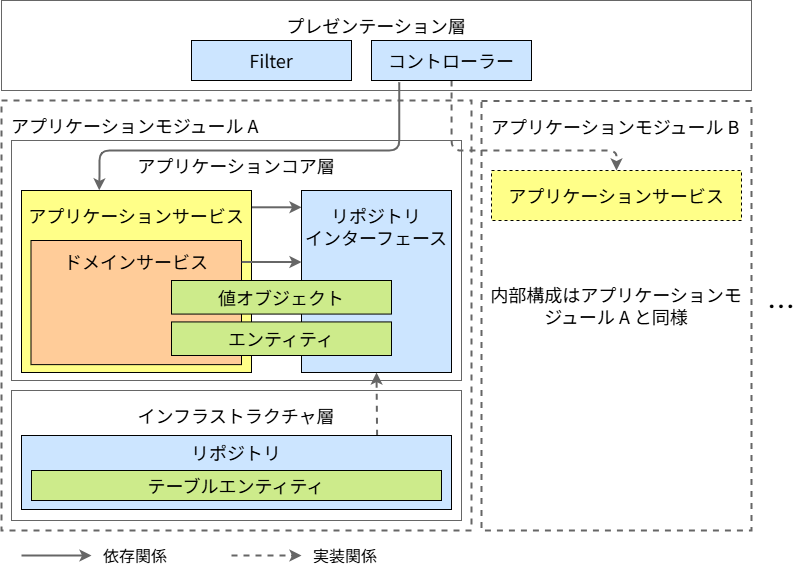
Above: documents/contents/images/app-architecture/client-side-rendering/csr-architecture-light.png in AlesInfiny/maia (draw.io), before the change. Source tidied: cells renumbered, new cells last; positions are measured from the earlier drawing's top-left corner, leaving out a move shared by most shapes.
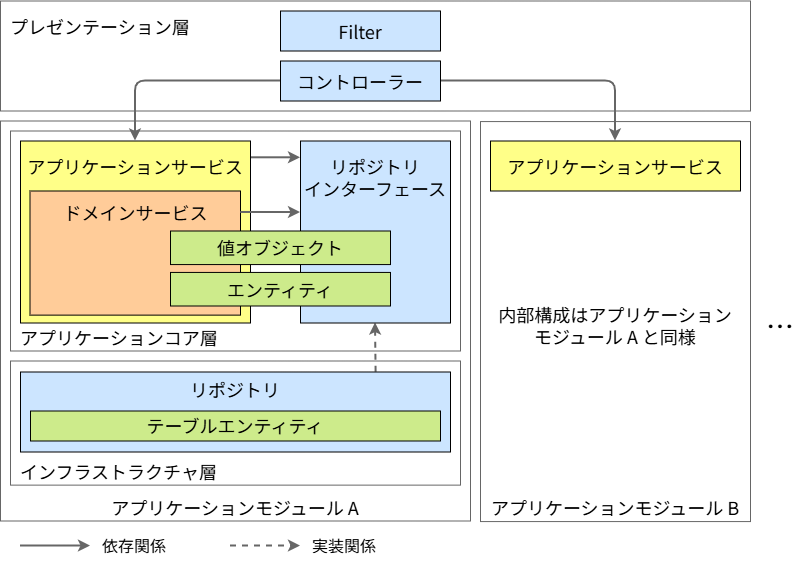
Above is the later version.

Diff of the diagram source:
```diff
@@ -2,103 +2,100 @@
   <root>
     <mxCell id="0" />
     <mxCell id="1" parent="0" />
-    <mxCell id="2" value="&lt;font color=&quot;#000000&quot;&gt;アプリケーションモジュール A&lt;br&gt;&lt;/font&gt;" style="rounded=0;whiteSpace=wrap;html=1;fontFamily=Noto Sans JP;fontSize=18;strokeWidth=2;dashed=1;fontSource=https%3A%2F%2Ffonts.googleapis.com%2Fcss%3Ffamily%3DNoto%2BSans%2BJP;fillColor=none;strokeColor=#666666;spacingTop=8;spacingLeft=8;verticalAlign=top;align=left;" parent="1" vertex="1">
-      <mxGeometry y="100" width="470" height="430" as="geometry" />
+    <mxCell id="2" value="&lt;font color=&quot;#000000&quot;&gt;アプリケーションモジュール A&lt;br&gt;&lt;/font&gt;" style="rounded=0;whiteSpace=wrap;html=1;fontFamily=Noto Sans JP;fontSize=18;strokeWidth=1;fontSource=https%3A%2F%2Ffonts.googleapis.com%2Fcss%3Ffamily%3DNoto%2BSans%2BJP;fillColor=none;strokeColor=#666666;spacingTop=8;spacingLeft=0;verticalAlign=bottom;align=center;" parent="1" vertex="1">
+      <mxGeometry y="100" width="470" height="400" as="geometry" />
     </mxCell>
-    <mxCell id="3" value="&lt;font color=&quot;#000000&quot;&gt;アプリケーションモジュール B&lt;br&gt;&lt;/font&gt;" style="rounded=0;whiteSpace=wrap;html=1;fontFamily=Noto Sans JP;fontSize=18;strokeWidth=2;dashed=1;fontSource=https%3A%2F%2Ffonts.googleapis.com%2Fcss%3Ffamily%3DNoto%2BSans%2BJP;fillColor=none;strokeColor=#666666;spacingTop=8;spacingLeft=8;verticalAlign=top;align=left;" parent="1" vertex="1">
-      <mxGeometry x="480" y="100.6" width="270" height="429.4" as="geometry" />
+    <mxCell id="3" value="&lt;font color=&quot;#000000&quot;&gt;アプリケーションモジュール B&lt;br&gt;&lt;/font&gt;" style="rounded=0;whiteSpace=wrap;html=1;fontFamily=Noto Sans JP;fontSize=18;strokeWidth=1;fontSource=https%3A%2F%2Ffonts.googleapis.com%2Fcss%3Ffamily%3DNoto%2BSans%2BJP;fillColor=none;strokeColor=#666666;spacingTop=8;spacingLeft=0;verticalAlign=bottom;align=center;" parent="1" vertex="1">
+      <mxGeometry x="480" y="100.6" width="270" height="400" as="geometry" />
     </mxCell>
-    <mxCell id="4" value="&lt;font color=&quot;#000000&quot;&gt;内部構成はアプリケーションモジュール A と同様&lt;/font&gt;" style="text;html=1;strokeColor=none;fillColor=none;align=center;verticalAlign=middle;whiteSpace=wrap;rounded=0;fontFamily=Noto Sans JP;fontSize=18;fontColor=#000000;" parent="1" vertex="1">
+    <mxCell id="4" value="&lt;font color=&quot;#000000&quot;&gt;内部構成はアプリケーション&lt;/font&gt;&lt;div&gt;&lt;font color=&quot;#000000&quot;&gt;モジュール A と同様&lt;/font&gt;&lt;/div&gt;" style="text;html=1;strokeColor=none;fillColor=none;align=center;verticalAlign=middle;whiteSpace=wrap;rounded=0;fontFamily=Noto Sans JP;fontSize=18;fontColor=#000000;" parent="1" vertex="1">
       <mxGeometry x="485" y="265" width="260" height="80" as="geometry" />
     </mxCell>
     <mxCell id="5" value="…" style="text;html=1;strokeColor=none;fillColor=none;align=center;verticalAlign=middle;whiteSpace=wrap;rounded=0;fontFamily=Noto Sans JP;fontSize=28;fontColor=#000000;" parent="1" vertex="1">
       <mxGeometry x="760" y="275" width="40" height="60" as="geometry" />
     </mxCell>
-    <mxCell id="6" value="&lt;font color=&quot;#000000&quot;&gt;アプリケーションコア層&lt;br&gt;&lt;/font&gt;" style="rounded=0;whiteSpace=wrap;html=1;fontFamily=Noto Sans JP;fontSize=18;strokeWidth=1;fontSource=https%3A%2F%2Ffonts.googleapis.com%2Fcss%3Ffamily%3DNoto%2BSans%2BJP;fillColor=none;strokeColor=#666666;spacingTop=8;verticalAlign=top;" parent="1" vertex="1">
-      <mxGeometry x="10" y="140" width="450" height="240" as="geometry" />
+    <mxCell id="6" value="&lt;font color=&quot;#000000&quot;&gt;アプリケーションコア層&lt;br&gt;&lt;/font&gt;" style="rounded=0;whiteSpace=wrap;html=1;fontFamily=Noto Sans JP;fontSize=18;strokeWidth=1;fontSource=https%3A%2F%2Ffonts.googleapis.com%2Fcss%3Ffamily%3DNoto%2BSans%2BJP;fillColor=none;strokeColor=#666666;spacingTop=8;verticalAlign=bottom;align=left;spacingLeft=8;" parent="1" vertex="1">
+      <mxGeometry x="10" y="110" width="450" height="220" as="geometry" />
     </mxCell>
     <mxCell id="7" style="edgeStyle=none;html=1;strokeColor=#666666;strokeWidth=2;" parent="1" edge="1">
       <mxGeometry relative="1" as="geometry">
-        <mxPoint x="250" y="206.8" as="sourcePoint" />
-        <mxPoint x="300" y="206.8" as="targetPoint" />
+        <mxPoint x="250" y="136.8" as="sourcePoint" />
+        <mxPoint x="300" y="136.8" as="targetPoint" />
       </mxGeometry>
     </mxCell>
     <mxCell id="8" value="&lt;div&gt;&lt;font color=&quot;#000000&quot;&gt;アプリケーションサービス&lt;/font&gt;&lt;/div&gt;" style="rounded=0;whiteSpace=wrap;html=1;fontFamily=Noto Sans JP;fontSize=18;fillColor=#ffff88;strokeColor=default;strokeWidth=1;spacingLeft=0;fontSource=https%3A%2F%2Ffonts.googleapis.com%2Fcss%3Ffamily%3DNoto%2BSans%2BJP;align=center;verticalAlign=top;spacingTop=8;" parent="1" vertex="1">
-      <mxGeometry x="20" y="190" width="230" height="182" as="geometry" />
+      <mxGeometry x="20" y="120" width="230" height="182" as="geometry" />
     </mxCell>
-    <mxCell id="9" value="&lt;font color=&quot;#000000&quot;&gt;インフラストラクチャ層&lt;br&gt;&lt;/font&gt;" style="rounded=0;whiteSpace=wrap;html=1;fontFamily=Noto Sans JP;fontSize=18;strokeWidth=1;fontSource=https%3A%2F%2Ffonts.googleapis.com%2Fcss%3Ffamily%3DNoto%2BSans%2BJP;fillColor=none;strokeColor=#666666;spacingTop=8;verticalAlign=top;" parent="1" vertex="1">
-      <mxGeometry x="10" y="390" width="450" height="130" as="geometry" />
+    <mxCell id="9" value="&lt;font color=&quot;#000000&quot;&gt;インフラストラクチャ層&lt;br&gt;&lt;/font&gt;" style="rounded=0;whiteSpace=wrap;html=1;fontFamily=Noto Sans JP;fontSize=18;strokeWidth=1;fontSource=https%3A%2F%2Ffonts.googleapis.com%2Fcss%3Ffamily%3DNoto%2BSans%2BJP;fillColor=none;strokeColor=#666666;spacingTop=8;verticalAlign=bottom;align=left;spacingLeft=8;" parent="1" vertex="1">
+      <mxGeometry x="10" y="340" width="450" height="124.1" as="geometry" />
     </mxCell>
-    <mxCell id="10" value="&lt;font color=&quot;#000000&quot;&gt;プレゼンテーション層&lt;br&gt;&lt;/font&gt;" style="rounded=0;whiteSpace=wrap;html=1;fontFamily=Noto Sans JP;fontSize=18;strokeWidth=1;fontSource=https%3A%2F%2Ffonts.googleapis.com%2Fcss%3Ffamily%3DNoto%2BSans%2BJP;fillColor=none;strokeColor=#666666;spacingTop=8;verticalAlign=top;" parent="1" vertex="1">
-      <mxGeometry width="750" height="90" as="geometry" />
+    <mxCell id="10" value="&lt;font color=&quot;#000000&quot;&gt;プレゼンテーション層&lt;br&gt;&lt;/font&gt;" style="rounded=0;whiteSpace=wrap;html=1;fontFamily=Noto Sans JP;fontSize=18;strokeWidth=1;fontSource=https%3A%2F%2Ffonts.googleapis.com%2Fcss%3Ffamily%3DNoto%2BSans%2BJP;fillColor=none;strokeColor=#666666;spacingTop=8;verticalAlign=top;align=left;spacingLeft=8;" parent="1" vertex="1">
+      <mxGeometry y="-20" width="750" height="110" as="geometry" />
     </mxCell>
     <mxCell id="11" value="&lt;div&gt;&lt;font color=&quot;#000000&quot;&gt;ドメインサービス&lt;/font&gt;&lt;/div&gt;" style="rounded=0;whiteSpace=wrap;html=1;fontFamily=Noto Sans JP;fontSize=18;fillColor=#ffcc99;strokeColor=default;strokeWidth=1;spacingLeft=0;fontSource=https%3A%2F%2Ffonts.googleapis.com%2Fcss%3Ffamily%3DNoto%2BSans%2BJP;align=center;verticalAlign=top;spacingTop=4;" parent="1" vertex="1">
-      <mxGeometry x="29.5" y="240" width="210.5" height="124.1" as="geometry" />
+      <mxGeometry x="29.5" y="170" width="210.5" height="124.1" as="geometry" />
     </mxCell>
     <mxCell id="12" style="edgeStyle=none;html=1;entryX=0.5;entryY=1;entryDx=0;entryDy=0;exitX=0.827;exitY=0.004;exitDx=0;exitDy=0;exitPerimeter=0;strokeColor=#666666;strokeWidth=2;dashed=1;" parent="1" edge="1" source="13" target="14">
       <mxGeometry relative="1" as="geometry" />
     </mxCell>
     <mxCell id="13" value="&lt;font color=&quot;#000000&quot;&gt;リポジトリ&lt;br&gt;&lt;/font&gt;" style="rounded=0;whiteSpace=wrap;html=1;fontFamily=Noto Sans JP;fontSize=18;fillColor=#cce5ff;strokeColor=default;strokeWidth=1;spacingLeft=0;fontSource=https%3A%2F%2Ffonts.googleapis.com%2Fcss%3Ffamily%3DNoto%2BSans%2BJP;verticalAlign=top;" parent="1" vertex="1">
-      <mxGeometry x="20" y="435" width="430" height="74" as="geometry" />
+      <mxGeometry x="20" y="351" width="430" height="80" as="geometry" />
     </mxCell>
     <mxCell id="14" value="&lt;font color=&quot;#000000&quot;&gt;リポジトリ&lt;br&gt;インターフェース&lt;br&gt;&lt;/font&gt;" style="rounded=0;whiteSpace=wrap;html=1;fontFamily=Noto Sans JP;fontSize=18;fillColor=#cce5ff;strokeColor=default;strokeWidth=1;spacingLeft=0;fontSource=https%3A%2F%2Ffonts.googleapis.com%2Fcss%3Ffamily%3DNoto%2BSans%2BJP;verticalAlign=top;spacingTop=8;" parent="1" vertex="1">
-      <mxGeometry x="300" y="190" width="150" height="182" as="geometry" />
+      <mxGeometry x="300" y="120" width="150" height="182" as="geometry" />
     </mxCell>
-    <mxCell id="15" style="edgeStyle=orthogonalEdgeStyle;html=1;strokeColor=#666666;exitX=0.174;exitY=1.041;exitDx=0;exitDy=0;exitPerimeter=0;entryX=0.338;entryY=-0.001;entryDx=0;entryDy=0;entryPerimeter=0;strokeWidth=2;" parent="1" edge="1" source="17" target="8">
+    <mxCell id="15" style="edgeStyle=orthogonalEdgeStyle;html=1;strokeColor=#666666;exitX=0;exitY=0.5;exitDx=0;exitDy=0;entryX=0.5;entryY=0;entryDx=0;entryDy=0;strokeWidth=2;" parent="1" edge="1" source="17" target="8">
       <mxGeometry relative="1" as="geometry">
         <Array as="points">
-          <mxPoint x="398" y="150" />
-          <mxPoint x="98" y="150" />
-          <mxPoint x="98" y="170" />
+          <mxPoint x="135" y="60" />
         </Array>
       </mxGeometry>
     </mxCell>
-    <mxCell id="16" style="edgeStyle=orthogonalEdgeStyle;html=1;strokeColor=#666666;dashed=1;strokeWidth=2;" parent="1" edge="1" source="17" target="22">
+    <mxCell id="16" style="edgeStyle=orthogonalEdgeStyle;html=1;strokeColor=#666666;strokeWidth=2;" parent="1" edge="1" source="17" target="22">
       <mxGeometry relative="1" as="geometry">
         <Array as="points">
-          <mxPoint x="450" y="150" />
-          <mxPoint x="615" y="150" />
+          <mxPoint x="615" y="60" />
         </Array>
       </mxGeometry>
     </mxCell>
     <mxCell id="17" value="&lt;font color=&quot;#000000&quot;&gt;コントローラー&lt;/font&gt;" style="rounded=0;whiteSpace=wrap;html=1;fontFamily=Noto Sans JP;fontSize=18;fillColor=#cce5ff;strokeColor=default;strokeWidth=1;spacingLeft=0;fontSource=https%3A%2F%2Ffonts.googleapis.com%2Fcss%3Ffamily%3DNoto%2BSans%2BJP;" parent="1" vertex="1">
-      <mxGeometry x="370" y="40" width="160" height="40" as="geometry" />
+      <mxGeometry x="280" y="40" width="160" height="40" as="geometry" />
     </mxCell>
     <mxCell id="18" value="&lt;font color=&quot;#000000&quot;&gt;Filter&lt;/font&gt;" style="rounded=0;whiteSpace=wrap;html=1;fontFamily=Noto Sans JP;fontSize=18;fillColor=#cce5ff;strokeColor=default;strokeWidth=1;spacingLeft=0;fontSource=https%3A%2F%2Ffonts.googleapis.com%2Fcss%3Ffamily%3DNoto%2BSans%2BJP;" parent="1" vertex="1">
-      <mxGeometry x="190" y="40" width="160" height="40" as="geometry" />
+      <mxGeometry x="280" y="-10" width="160" height="40" as="geometry" />
     </mxCell>
     <mxCell id="19" value="&lt;font color=&quot;#000000&quot;&gt;テーブルエンティティ&lt;/font&gt;" style="rounded=0;whiteSpace=wrap;html=1;fontFamily=Noto Sans JP;fontSize=18;fillColor=#cdeb8b;strokeColor=default;strokeWidth=1;spacingLeft=0;fontSource=https%3A%2F%2Ffonts.googleapis.com%2Fcss%3Ffamily%3DNoto%2BSans%2BJP;" parent="1" vertex="1">
-      <mxGeometry x="30" y="470" width="410" height="30" as="geometry" />
+      <mxGeometry x="30" y="390" width="410" height="30" as="geometry" />
     </mxCell>
     <mxCell id="20" value="値オブジェクト" style="rounded=0;whiteSpace=wrap;html=1;fontFamily=Noto Sans JP;fontSize=18;fillColor=#cdeb8b;strokeColor=default;strokeWidth=1;spacingLeft=0;fontSource=https%3A%2F%2Ffonts.googleapis.com%2Fcss%3Ffamily%3DNoto%2BSans%2BJP;" parent="1" vertex="1">
-      <mxGeometry x="170" y="280" width="220" height="33.6" as="geometry" />
+      <mxGeometry x="170" y="210" width="220" height="33.6" as="geometry" />
     </mxCell>
     <mxCell id="21" value="エンティティ" style="rounded=0;whiteSpace=wrap;html=1;fontFamily=Noto Sans JP;fontSize=18;fillColor=#cdeb8b;strokeColor=default;strokeWidth=1;spacingLeft=0;fontSource=https%3A%2F%2Ffonts.googleapis.com%2Fcss%3Ffamily%3DNoto%2BSans%2BJP;" parent="1" vertex="1">
-      <mxGeometry x="170" y="321.4" width="220" height="33.6" as="geometry" />
+      <mxGeometry x="170" y="251.4" width="220" height="33.6" as="geometry" />
     </mxCell>
-    <mxCell id="22" value="&lt;div&gt;&lt;font color=&quot;#000000&quot;&gt;アプリケーションサービス&lt;/font&gt;&lt;/div&gt;" style="rounded=0;whiteSpace=wrap;html=1;fontFamily=Noto Sans JP;fontSize=18;fillColor=#ffff88;strokeColor=default;strokeWidth=1;spacingLeft=0;fontSource=https%3A%2F%2Ffonts.googleapis.com%2Fcss%3Ffamily%3DNoto%2BSans%2BJP;align=center;verticalAlign=top;spacingTop=8;dashed=1;" parent="1" vertex="1">
-      <mxGeometry x="490" y="170" width="250" height="50" as="geometry" />
+    <mxCell id="22" value="&lt;div&gt;&lt;font color=&quot;#000000&quot;&gt;アプリケーションサービス&lt;/font&gt;&lt;/div&gt;" style="rounded=0;whiteSpace=wrap;html=1;fontFamily=Noto Sans JP;fontSize=18;fillColor=#ffff88;strokeColor=default;strokeWidth=1;spacingLeft=0;fontSource=https%3A%2F%2Ffonts.googleapis.com%2Fcss%3Ffamily%3DNoto%2BSans%2BJP;align=center;verticalAlign=top;spacingTop=8;" parent="1" vertex="1">
+      <mxGeometry x="490" y="120" width="250" height="50" as="geometry" />
     </mxCell>
     <mxCell id="23" style="edgeStyle=none;html=1;entryX=0;entryY=0.393;entryDx=0;entryDy=0;entryPerimeter=0;exitX=1.001;exitY=0.173;exitDx=0;exitDy=0;exitPerimeter=0;strokeColor=#666666;strokeWidth=2;" parent="1" edge="1" source="11" target="14">
       <mxGeometry relative="1" as="geometry" />
     </mxCell>
     <mxCell id="24" style="html=1;strokeColor=#666666;strokeWidth=2;" parent="1" edge="1">
       <mxGeometry relative="1" as="geometry">
-        <mxPoint x="20" y="555" as="sourcePoint" />
-        <mxPoint x="90" y="555" as="targetPoint" />
+        <mxPoint x="20" y="525" as="sourcePoint" />
+        <mxPoint x="90" y="525" as="targetPoint" />
       </mxGeometry>
     </mxCell>
     <mxCell id="25" value="&lt;font color=&quot;#000000&quot;&gt;依存関係&lt;/font&gt;" style="text;html=1;strokeColor=none;fillColor=none;align=left;verticalAlign=middle;whiteSpace=wrap;rounded=0;fontFamily=Noto Sans JP;fontSize=16;fontColor=#000000;" parent="1" vertex="1">
-      <mxGeometry x="100" y="540" width="110" height="30" as="geometry" />
+      <mxGeometry x="100" y="510" width="110" height="30" as="geometry" />
     </mxCell>
     <mxCell id="26" style="html=1;strokeColor=#666666;strokeWidth=2;dashed=1;" parent="1" edge="1">
       <mxGeometry relative="1" as="geometry">
-        <mxPoint x="230" y="555" as="sourcePoint" />
-        <mxPoint x="300" y="555" as="targetPoint" />
+        <mxPoint x="230" y="525" as="sourcePoint" />
+        <mxPoint x="300" y="525" as="targetPoint" />
       </mxGeometry>
     </mxCell>
     <mxCell id="27" value="&lt;font color=&quot;#000000&quot;&gt;実装関係&lt;/font&gt;" style="text;html=1;strokeColor=none;fillColor=none;align=left;verticalAlign=middle;whiteSpace=wrap;rounded=0;fontFamily=Noto Sans JP;fontSize=16;fontColor=#000000;" parent="1" vertex="1">
-      <mxGeometry x="310" y="540" width="110" height="30" as="geometry" />
+      <mxGeometry x="310" y="510" width="110" height="30" as="geometry" />
     </mxCell>
   </root>
 </mxGraphModel>
```
